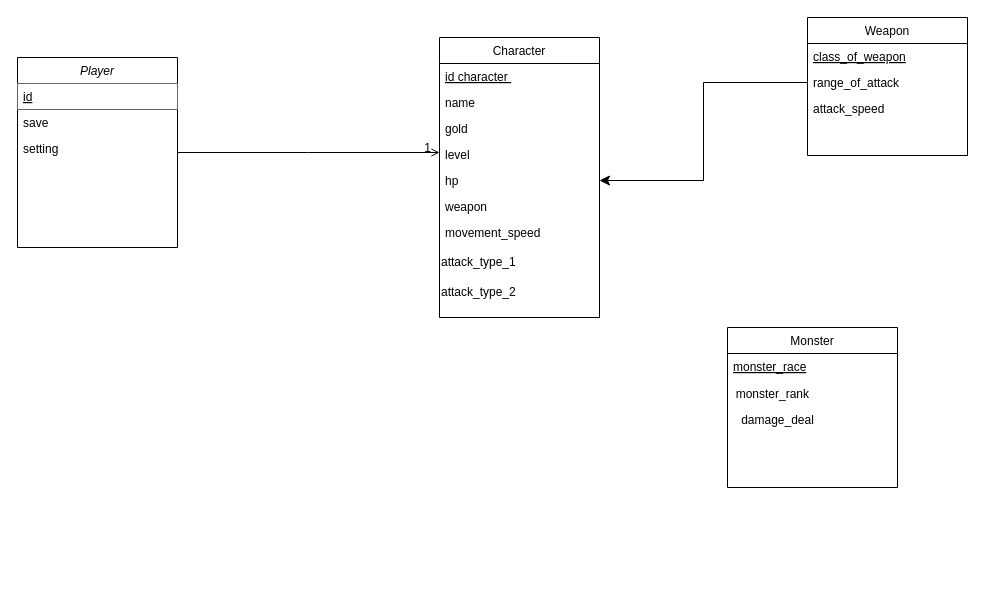
Before: SDQHE.drawio in pminhtu24/Game-fropig2.0, a draw.io diagram. Source tidied: cells renumbered, new cells numbered last; positions are measured from the earlier drawing's top-left corner, leaving out a move shared by most shapes. Both pictures are drawn from the tidied source at 100%, with x=0, y=0 at pixel (17, 17).
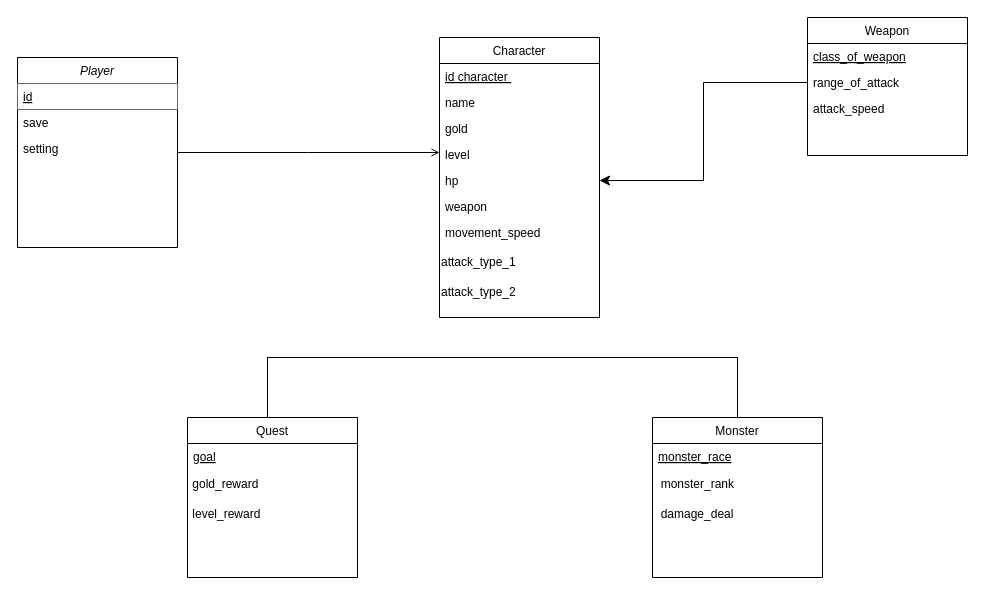
The same diagram, later.

The change refers to these unchanged cells:
```xml
<mxCell id="13" value="Character" style="swimlane;fontStyle=0;align=center;verticalAlign=top;horizontal=1;startSize=26;rounded=0;shadow=0;strokeWidth=1;" parent="1" vertex="1">
  <mxGeometry x="422" y="20" width="160" height="280" as="geometry" />
</mxCell>
<mxCell id="23" style="endArrow=open;shadow=0;strokeWidth=1;rounded=0;endFill=1;edgeStyle=elbowEdgeStyle;elbow=vertical;" parent="1" edge="1" source="2" target="13">
  <mxGeometry x="0.5" y="41" relative="1" as="geometry">
    <mxPoint x="-40" y="32" as="offset" />
  </mxGeometry>
</mxCell>
```

Change to the diagram source:
```diff
@@
     <mxCell id="10" value="Monster" style="swimlane;fontStyle=0;align=center;verticalAlign=top;horizontal=1;startSize=26;rounded=0;shadow=0;strokeWidth=1;" parent="1" vertex="1">
-      <mxGeometry x="710" y="310" width="170" height="160" as="geometry" />
+      <mxGeometry x="635" y="400" width="170" height="160" as="geometry" />
     </mxCell>
@@
+    <mxCell id="25" value="&amp;nbsp; damage_deal" style="text;html=1;align=left;verticalAlign=middle;strokeColor=none;fillColor=none;" parent="10" vertex="1">
+      <mxGeometry y="82" width="170" height="30" as="geometry" />
+    </mxCell>
@@
-    <mxCell id="15" value="name&#10;" style="text;align=left;verticalAlign=top;spacingLeft=4;spacingRight=4;overflow=hidden;rounded=0;shadow=0;html=0;" parent="13" vertex="1">
+    <mxCell id="15" value="name&#10;" style="text;align=left;verticalAlign=top;spacingLeft=4;spacingRight=4;overflow=hidden;rounded=0;shadow=0;html=0;fontStyle=0;" parent="13" vertex="1">
       <mxGeometry y="52" width="160" height="26" as="geometry" />
     </mxCell>
@@
-    <mxCell id="24" value="1" style="align=right;verticalAlign=bottom;labelBackgroundColor=none;fontSize=12;" parent="23" vertex="1">
-      <mxGeometry x="1" relative="1" as="geometry">
-        <mxPoint x="-7" y="4" as="offset" />
-      </mxGeometry>
-    </mxCell>
-    <mxCell id="25" value="damage_deal" style="text;html=1;align=center;verticalAlign=middle;strokeColor=none;fillColor=none;" parent="1" vertex="1">
-      <mxGeometry x="710" y="388" width="100" height="30" as="geometry" />
-    </mxCell>
@@
+    <mxCell id="27" value="Quest" style="swimlane;fontStyle=0;align=center;verticalAlign=top;horizontal=1;startSize=26;rounded=0;shadow=0;strokeWidth=1;" parent="1" vertex="1">
+      <mxGeometry x="170" y="400" width="170" height="160" as="geometry" />
+    </mxCell>
+    <mxCell id="28" value="goal" style="text;align=left;verticalAlign=top;spacingLeft=4;spacingRight=4;overflow=hidden;fontStyle=4;" parent="27" vertex="1">
+      <mxGeometry y="26" width="170" height="26" as="geometry" />
+    </mxCell>
+    <mxCell id="29" value="&amp;nbsp;gold_reward" style="text;html=1;align=left;verticalAlign=middle;strokeColor=none;fillColor=none;" parent="27" vertex="1">
+      <mxGeometry y="52" width="170" height="30" as="geometry" />
+    </mxCell>
+    <mxCell id="30" value="&amp;nbsp;level_reward" style="text;html=1;align=left;verticalAlign=middle;strokeColor=none;fillColor=none;" parent="27" vertex="1">
+      <mxGeometry y="82" width="170" height="30" as="geometry" />
+    </mxCell>
+    <mxCell id="31" style="shape=partialRectangle;whiteSpace=wrap;html=1;bottom=0;right=0;fillColor=none;" parent="1" vertex="1">
+      <mxGeometry x="250" y="340" width="470" height="60" as="geometry" />
+    </mxCell>
+    <mxCell id="32" style="line;strokeWidth=1;direction=south;html=1;fontSize=2;" parent="1" vertex="1">
+      <mxGeometry x="715" y="340" width="10" height="60" as="geometry" />
+    </mxCell>
```
